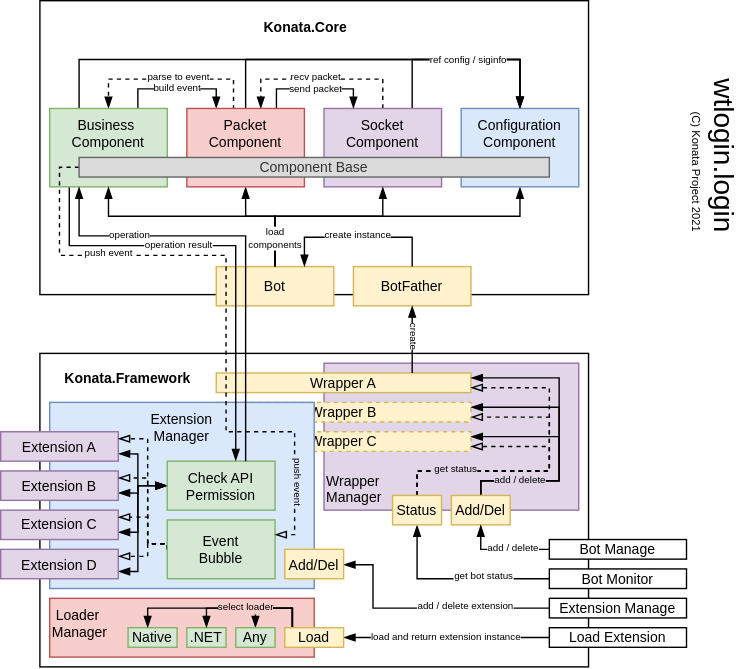
The draw.io diagram Blueprint/konata.framework.svg in KonataDev/Konata.Core, before a commit. Source tidied: cells renumbered, new cells last; positions are measured from the earlier drawing's top-left corner, leaving out a move shared by most shapes.
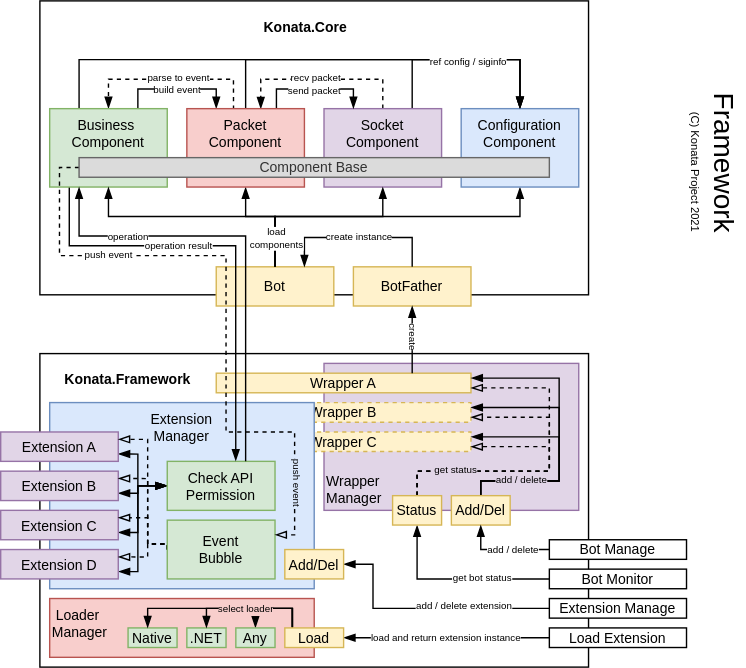
Above is the later version.

The edit, as a diff of the source:
```diff
@@ -519,7 +519,7 @@
         <mxPoint y="-7" as="offset" />
       </mxGeometry>
     </mxCell>
-    <mxCell id="94" value="wtlogin.login" style="text;html=1;strokeColor=none;fillColor=none;align=right;verticalAlign=middle;whiteSpace=wrap;rounded=0;fontSize=20;rotation=90;" parent="1" vertex="1">
+    <mxCell id="94" value="Framework" style="text;html=1;strokeColor=none;fillColor=none;align=right;verticalAlign=middle;whiteSpace=wrap;rounded=0;fontSize=20;rotation=90;" parent="1" vertex="1">
       <mxGeometry x="448" y="84" width="140" height="28" as="geometry" />
     </mxCell>
     <mxCell id="95" value="&lt;font style=&quot;font-size: 8px&quot;&gt;(C) Konata Project 2021&lt;/font&gt;" style="text;html=1;strokeColor=none;fillColor=none;align=right;verticalAlign=middle;whiteSpace=wrap;rounded=0;fontSize=8;fontStyle=0;rotation=90;" parent="1" vertex="1">
```
